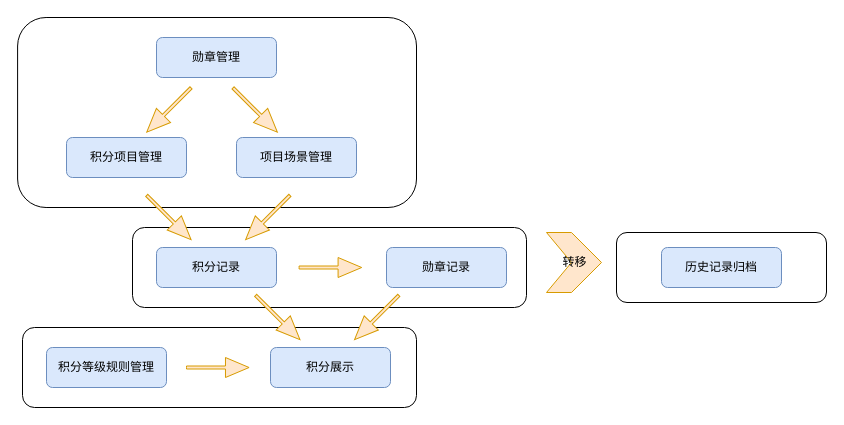
SotoLish/diagrams keeps this draw.io diagram as points inter.drawio. Above is the earlier version. Source tidied: cells renumbered, new cells numbered last; positions are measured from the earlier drawing's top-left corner, leaving out a move shared by most shapes. Both pictures are drawn from the tidied source at 100%, with x=0, y=0 at pixel (17, 17).
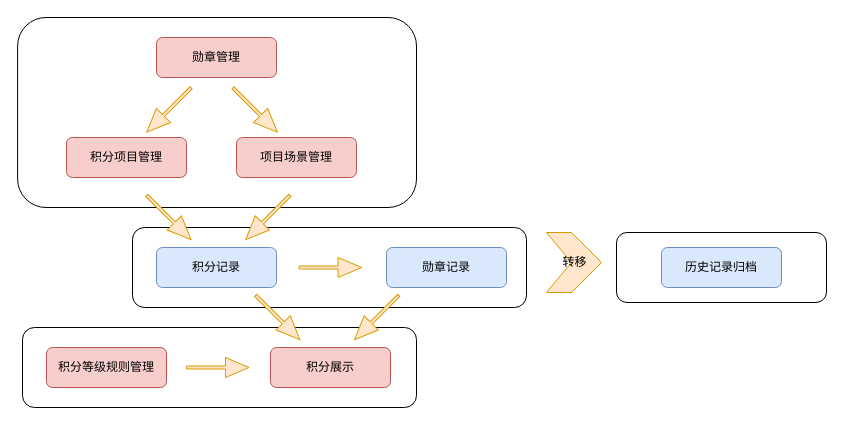
After the change.

Diff of the diagram source:
```diff
@@
-    <mxCell id="6" value="勋章管理" style="rounded=1;whiteSpace=wrap;html=1;fillColor=#dae8fc;strokeColor=#6c8ebf;" parent="1" vertex="1">
+    <mxCell id="6" value="勋章管理" style="rounded=1;whiteSpace=wrap;html=1;fillColor=#f8cecc;strokeColor=#b85450;" parent="1" vertex="1">
       <mxGeometry x="139" y="20" width="120" height="40" as="geometry" />
     </mxCell>
-    <mxCell id="7" value="积分项目管理" style="rounded=1;whiteSpace=wrap;html=1;fillColor=#dae8fc;strokeColor=#6c8ebf;" parent="1" vertex="1">
+    <mxCell id="7" value="积分项目管理" style="rounded=1;whiteSpace=wrap;html=1;fillColor=#f8cecc;strokeColor=#b85450;" parent="1" vertex="1">
       <mxGeometry x="49" y="120" width="120" height="40" as="geometry" />
     </mxCell>
-    <mxCell id="8" value="项目场景管理" style="rounded=1;whiteSpace=wrap;html=1;fillColor=#dae8fc;strokeColor=#6c8ebf;" parent="1" vertex="1">
+    <mxCell id="8" value="项目场景管理" style="rounded=1;whiteSpace=wrap;html=1;fillColor=#f8cecc;strokeColor=#b85450;" parent="1" vertex="1">
       <mxGeometry x="219" y="120" width="120" height="40" as="geometry" />
     </mxCell>
@@
-    <mxCell id="11" value="积分等级规则管理" style="rounded=1;whiteSpace=wrap;html=1;fillColor=#dae8fc;strokeColor=#6c8ebf;" parent="1" vertex="1">
+    <mxCell id="11" value="积分等级规则管理" style="rounded=1;whiteSpace=wrap;html=1;fillColor=#f8cecc;strokeColor=#b85450;" parent="1" vertex="1">
       <mxGeometry x="29" y="330" width="120" height="40" as="geometry" />
     </mxCell>
@@
-    <mxCell id="17" value="积分展示" style="rounded=1;whiteSpace=wrap;html=1;fillColor=#dae8fc;strokeColor=#6c8ebf;" parent="1" vertex="1">
+    <mxCell id="17" value="积分展示" style="rounded=1;whiteSpace=wrap;html=1;fillColor=#f8cecc;strokeColor=#b85450;" parent="1" vertex="1">
       <mxGeometry x="253" y="330" width="120" height="40" as="geometry" />
     </mxCell>
```
